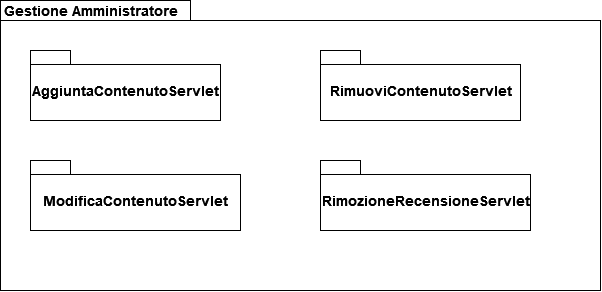
Above: Documenti/diagrammi/packages/PackageGestioneAmministratore.drawio.png in IlSelva/ProgettoIS (draw.io), before the change. Source tidied: cells renumbered, new cells last; positions are measured from the earlier drawing's top-left corner, leaving out a move shared by most shapes. Source of this version:
```xml
<mxGraphModel>
  <root>
    <mxCell id="0" />
    <mxCell id="1" parent="0" />
    <mxCell id="2" style="shape=folder;fontStyle=1;spacingTop=10;tabWidth=190;tabHeight=20;tabPosition=left;html=1;" parent="1" vertex="1">
      <mxGeometry width="600" height="290" as="geometry" />
    </mxCell>
    <mxCell id="3" value="&lt;b&gt;&lt;font style=&quot;font-size: 14px&quot;&gt;Gestione Amministratore&lt;br&gt;&lt;/font&gt;&lt;/b&gt;" style="text;html=1;align=center;verticalAlign=middle;strokeColor=none;fillColor=none;" parent="1" vertex="1">
      <mxGeometry width="180" height="20" as="geometry" />
    </mxCell>
    <mxCell id="4" value="AggiuntaContenutoServlet" style="shape=folder;fontStyle=1;spacingTop=10;tabWidth=40;tabHeight=14;tabPosition=left;html=1;fontSize=14;" parent="1" vertex="1">
      <mxGeometry x="30" y="50" width="190" height="70" as="geometry" />
    </mxCell>
    <mxCell id="5" value="RimuoviContenutoServlet" style="shape=folder;fontStyle=1;spacingTop=10;tabWidth=40;tabHeight=14;tabPosition=left;html=1;fontSize=14;" parent="1" vertex="1">
      <mxGeometry x="320" y="50" width="200" height="70" as="geometry" />
    </mxCell>
    <mxCell id="6" value="ModificaContenutoServlet" style="shape=folder;fontStyle=1;spacingTop=10;tabWidth=40;tabHeight=14;tabPosition=left;html=1;fontSize=14;" parent="1" vertex="1">
      <mxGeometry x="30" y="160" width="210" height="70" as="geometry" />
    </mxCell>
    <mxCell id="7" value="RimozioneRecensioneServlet" style="shape=folder;fontStyle=1;spacingTop=10;tabWidth=40;tabHeight=14;tabPosition=left;html=1;fontSize=14;" parent="1" vertex="1">
      <mxGeometry x="320" y="160" width="210" height="70" as="geometry" />
    </mxCell>
  </root>
</mxGraphModel>
```
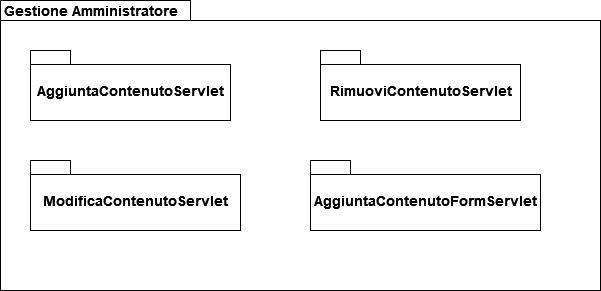
After the change.

What changed in the source:
```diff
@@ -9,7 +9,7 @@
       <mxGeometry width="180" height="20" as="geometry" />
     </mxCell>
     <mxCell id="4" value="AggiuntaContenutoServlet" style="shape=folder;fontStyle=1;spacingTop=10;tabWidth=40;tabHeight=14;tabPosition=left;html=1;fontSize=14;" parent="1" vertex="1">
-      <mxGeometry x="30" y="50" width="190" height="70" as="geometry" />
+      <mxGeometry x="30" y="50" width="200" height="70" as="geometry" />
     </mxCell>
     <mxCell id="5" value="RimuoviContenutoServlet" style="shape=folder;fontStyle=1;spacingTop=10;tabWidth=40;tabHeight=14;tabPosition=left;html=1;fontSize=14;" parent="1" vertex="1">
       <mxGeometry x="320" y="50" width="200" height="70" as="geometry" />
@@ -17,8 +17,8 @@
     <mxCell id="6" value="ModificaContenutoServlet" style="shape=folder;fontStyle=1;spacingTop=10;tabWidth=40;tabHeight=14;tabPosition=left;html=1;fontSize=14;" parent="1" vertex="1">
       <mxGeometry x="30" y="160" width="210" height="70" as="geometry" />
     </mxCell>
-    <mxCell id="7" value="RimozioneRecensioneServlet" style="shape=folder;fontStyle=1;spacingTop=10;tabWidth=40;tabHeight=14;tabPosition=left;html=1;fontSize=14;" parent="1" vertex="1">
-      <mxGeometry x="320" y="160" width="210" height="70" as="geometry" />
+    <mxCell id="7" value="AggiuntaContenutoFormServlet" style="shape=folder;fontStyle=1;spacingTop=10;tabWidth=40;tabHeight=14;tabPosition=left;html=1;fontSize=14;" parent="1" vertex="1">
+      <mxGeometry x="310" y="160" width="230" height="70" as="geometry" />
     </mxCell>
   </root>
 </mxGraphModel>
```
